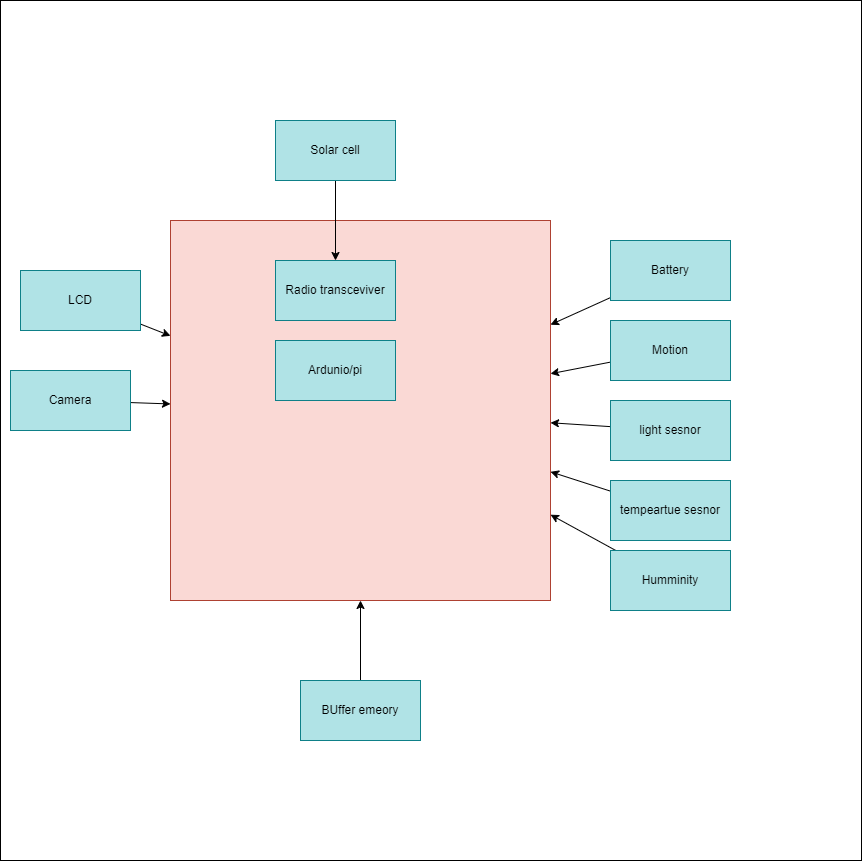
mistaherd/meshnet-in-forest-docs keeps this draw.io diagram as Images/block_diagram_for_mesh_device.png. Above is the earlier version. Source tidied: cells renumbered, new cells last; positions are measured from the earlier drawing's top-left corner, leaving out a move shared by most shapes. The source it was exported from:
```xml
<mxGraphModel>
  <root>
    <mxCell id="0" />
    <mxCell id="1" parent="0" />
    <mxCell id="2" style="whiteSpace=wrap;html=1;" parent="1" vertex="1">
      <mxGeometry width="861" height="860" as="geometry" />
    </mxCell>
    <mxCell id="3" style="whiteSpace=wrap;html=1;fillColor=#fad9d5;strokeColor=#ae4132;" parent="1" vertex="1">
      <mxGeometry x="170" y="220" width="380" height="380" as="geometry" />
    </mxCell>
    <mxCell id="4" value="Ardunio/pi" style="rounded=0;whiteSpace=wrap;html=1;fillColor=#b0e3e6;strokeColor=#0e8088;" parent="1" vertex="1">
      <mxGeometry x="275" y="340" width="120" height="60" as="geometry" />
    </mxCell>
    <mxCell id="5" value="Radio transceviver&lt;span style=&quot;color: rgba(0, 0, 0, 0); font-family: monospace; font-size: 0px; text-align: start;&quot;&gt;%3CmxGraphModel%3E%3Croot%3E%3CmxCell%20id%3D%220%22%2F%3E%3CmxCell%20id%3D%221%22%20parent%3D%220%22%2F%3E%3CmxCell%20id%3D%222%22%20value%3D%22Ardunio%2Fpi%22%20style%3D%22rounded%3D0%3BwhiteSpace%3Dwrap%3Bhtml%3D1%3BfillColor%3D%23b0e3e6%3BstrokeColor%3D%230e8088%3B%22%20vertex%3D%221%22%20parent%3D%221%22%3E%3CmxGeometry%20x%3D%22325%22%20y%3D%22230%22%20width%3D%22120%22%20height%3D%2260%22%20as%3D%22geometry%22%2F%3E%3C%2FmxCell%3E%3C%2Froot%3E%3C%2FmxGraphModel%3E&lt;/span&gt;" style="rounded=0;whiteSpace=wrap;html=1;fillColor=#b0e3e6;strokeColor=#0e8088;" parent="1" vertex="1">
      <mxGeometry x="275" y="260" width="120" height="60" as="geometry" />
    </mxCell>
    <mxCell id="6" style="edgeStyle=none;html=1;" parent="1" edge="1" source="7" target="5">
      <mxGeometry relative="1" as="geometry" />
    </mxCell>
    <mxCell id="7" value="Solar cell" style="rounded=0;whiteSpace=wrap;html=1;fillColor=#b0e3e6;strokeColor=#0e8088;" parent="1" vertex="1">
      <mxGeometry x="275" y="120" width="120" height="60" as="geometry" />
    </mxCell>
    <mxCell id="8" style="edgeStyle=none;html=1;" parent="1" edge="1" source="9" target="3">
      <mxGeometry relative="1" as="geometry" />
    </mxCell>
    <mxCell id="9" value="Battery&lt;span style=&quot;color: rgba(0, 0, 0, 0); font-family: monospace; font-size: 0px; text-align: start;&quot;&gt;%3CmxGraphModel%3E%3Croot%3E%3CmxCell%20id%3D%220%22%2F%3E%3CmxCell%20id%3D%221%22%20parent%3D%220%22%2F%3E%3CmxCell%20id%3D%222%22%20value%3D%22Solar%20cell%22%20style%3D%22rounded%3D0%3BwhiteSpace%3Dwrap%3Bhtml%3D1%3BfillColor%3D%23b0e3e6%3BstrokeColor%3D%230e8088%3B%22%20vertex%3D%221%22%20parent%3D%221%22%3E%3CmxGeometry%20x%3D%22325%22%20y%3D%2210%22%20width%3D%22120%22%20height%3D%2260%22%20as%3D%22geometry%22%2F%3E%3C%2FmxCell%3E%3C%2Froot%3E%3C%2FmxGraphModel%3E&lt;/span&gt;" style="rounded=0;whiteSpace=wrap;html=1;fillColor=#b0e3e6;strokeColor=#0e8088;" parent="1" vertex="1">
      <mxGeometry x="610" y="240" width="120" height="60" as="geometry" />
    </mxCell>
    <mxCell id="10" style="edgeStyle=none;html=1;" parent="1" edge="1" source="11" target="3">
      <mxGeometry relative="1" as="geometry" />
    </mxCell>
    <mxCell id="11" value="Motion" style="rounded=0;whiteSpace=wrap;html=1;fillColor=#b0e3e6;strokeColor=#0e8088;" parent="1" vertex="1">
      <mxGeometry x="610" y="320" width="120" height="60" as="geometry" />
    </mxCell>
    <mxCell id="12" style="edgeStyle=none;html=1;" parent="1" edge="1" source="13" target="3">
      <mxGeometry relative="1" as="geometry" />
    </mxCell>
    <mxCell id="13" value="light sesnor" style="rounded=0;whiteSpace=wrap;html=1;fillColor=#b0e3e6;strokeColor=#0e8088;" parent="1" vertex="1">
      <mxGeometry x="610" y="400" width="120" height="60" as="geometry" />
    </mxCell>
    <mxCell id="14" style="edgeStyle=none;html=1;" parent="1" edge="1" source="15" target="3">
      <mxGeometry relative="1" as="geometry" />
    </mxCell>
    <mxCell id="15" value="tempeartue sesnor" style="rounded=0;whiteSpace=wrap;html=1;fillColor=#b0e3e6;strokeColor=#0e8088;" parent="1" vertex="1">
      <mxGeometry x="610" y="480" width="120" height="60" as="geometry" />
    </mxCell>
    <mxCell id="16" style="edgeStyle=none;html=1;" parent="1" edge="1" source="17" target="3">
      <mxGeometry relative="1" as="geometry" />
    </mxCell>
    <mxCell id="17" value="Humminity" style="rounded=0;whiteSpace=wrap;html=1;fillColor=#b0e3e6;strokeColor=#0e8088;" parent="1" vertex="1">
      <mxGeometry x="610" y="550" width="120" height="60" as="geometry" />
    </mxCell>
    <mxCell id="18" style="edgeStyle=none;html=1;" parent="1" edge="1" source="19" target="3">
      <mxGeometry relative="1" as="geometry" />
    </mxCell>
    <mxCell id="19" value="BUffer emeory" style="rounded=0;whiteSpace=wrap;html=1;fillColor=#b0e3e6;strokeColor=#0e8088;" parent="1" vertex="1">
      <mxGeometry x="300" y="680" width="120" height="60" as="geometry" />
    </mxCell>
    <mxCell id="20" style="edgeStyle=none;html=1;" parent="1" edge="1" source="21" target="3">
      <mxGeometry relative="1" as="geometry" />
    </mxCell>
    <mxCell id="21" value="Camera&lt;span style=&quot;color: rgba(0, 0, 0, 0); font-family: monospace; font-size: 0px; text-align: start;&quot;&gt;%3CmxGraphModel%3E%3Croot%3E%3CmxCell%20id%3D%220%22%2F%3E%3CmxCell%20id%3D%221%22%20parent%3D%220%22%2F%3E%3CmxCell%20id%3D%222%22%20value%3D%22Battery%26lt%3Bspan%20style%3D%26quot%3Bcolor%3A%20rgba(0%2C%200%2C%200%2C%200)%3B%20font-family%3A%20monospace%3B%20font-size%3A%200px%3B%20text-align%3A%20start%3B%26quot%3B%26gt%3B%253CmxGraphModel%253E%253Croot%253E%253CmxCell%2520id%253D%25220%2522%252F%253E%253CmxCell%2520id%253D%25221%2522%2520parent%253D%25220%2522%252F%253E%253CmxCell%2520id%253D%25222%2522%2520value%253D%2522Solar%2520cell%2522%2520style%253D%2522rounded%253D0%253BwhiteSpace%253Dwrap%253Bhtml%253D1%253BfillColor%253D%2523b0e3e6%253BstrokeColor%253D%25230e8088%253B%2522%2520vertex%253D%25221%2522%2520parent%253D%25221%2522%253E%253CmxGeometry%2520x%253D%2522325%2522%2520y%253D%252210%2522%2520width%253D%2522120%2522%2520height%253D%252260%2522%2520as%253D%2522geometry%2522%252F%253E%253C%252FmxCell%253E%253C%252Froot%253E%253C%252FmxGraphModel%253E%26lt%3B%2Fspan%26gt%3B%22%20style%3D%22rounded%3D0%3BwhiteSpace%3Dwrap%3Bhtml%3D1%3BfillColor%3D%23b0e3e6%3BstrokeColor%3D%230e8088%3B%22%20vertex%3D%221%22%20parent%3D%221%22%3E%3CmxGeometry%20x%3D%22350%22%20y%3D%22570%22%20width%3D%22120%22%20height%3D%2260%22%20as%3D%22geometry%22%2F%3E%3C%2FmxCell%3E%3C%2Froot%3E%3C%2FmxGraphModel%3E&lt;/span&gt;" style="rounded=0;whiteSpace=wrap;html=1;fillColor=#b0e3e6;strokeColor=#0e8088;" parent="1" vertex="1">
      <mxGeometry x="10" y="370" width="120" height="60" as="geometry" />
    </mxCell>
    <mxCell id="22" style="edgeStyle=none;html=1;" parent="1" edge="1" source="23" target="3">
      <mxGeometry relative="1" as="geometry" />
    </mxCell>
    <mxCell id="23" value="LCD" style="rounded=0;whiteSpace=wrap;html=1;fillColor=#b0e3e6;strokeColor=#0e8088;" parent="1" vertex="1">
      <mxGeometry x="20" y="270" width="120" height="60" as="geometry" />
    </mxCell>
  </root>
</mxGraphModel>
```
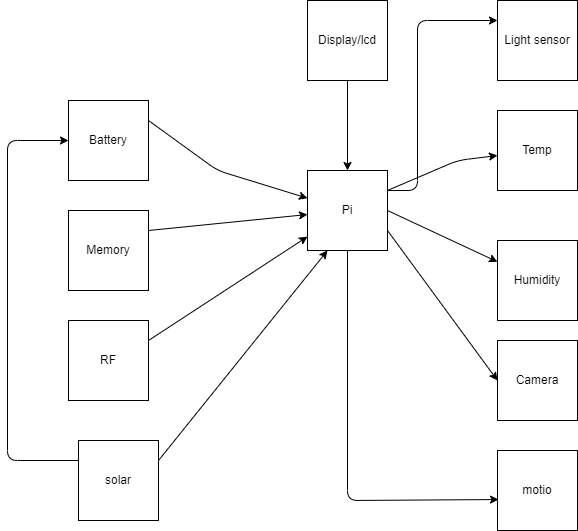
The same diagram one commit later.

Change to the diagram source:
```diff
@@ -2,71 +2,93 @@
   <root>
     <mxCell id="0" />
     <mxCell id="1" parent="0" />
-    <mxCell id="2" style="whiteSpace=wrap;html=1;" parent="1" vertex="1">
-      <mxGeometry width="861" height="860" as="geometry" />
-    </mxCell>
-    <mxCell id="3" style="whiteSpace=wrap;html=1;fillColor=#fad9d5;strokeColor=#ae4132;" parent="1" vertex="1">
-      <mxGeometry x="170" y="220" width="380" height="380" as="geometry" />
-    </mxCell>
-    <mxCell id="4" value="Ardunio/pi" style="rounded=0;whiteSpace=wrap;html=1;fillColor=#b0e3e6;strokeColor=#0e8088;" parent="1" vertex="1">
-      <mxGeometry x="275" y="340" width="120" height="60" as="geometry" />
-    </mxCell>
-    <mxCell id="5" value="Radio transceviver&lt;span style=&quot;color: rgba(0, 0, 0, 0); font-family: monospace; font-size: 0px; text-align: start;&quot;&gt;%3CmxGraphModel%3E%3Croot%3E%3CmxCell%20id%3D%220%22%2F%3E%3CmxCell%20id%3D%221%22%20parent%3D%220%22%2F%3E%3CmxCell%20id%3D%222%22%20value%3D%22Ardunio%2Fpi%22%20style%3D%22rounded%3D0%3BwhiteSpace%3Dwrap%3Bhtml%3D1%3BfillColor%3D%23b0e3e6%3BstrokeColor%3D%230e8088%3B%22%20vertex%3D%221%22%20parent%3D%221%22%3E%3CmxGeometry%20x%3D%22325%22%20y%3D%22230%22%20width%3D%22120%22%20height%3D%2260%22%20as%3D%22geometry%22%2F%3E%3C%2FmxCell%3E%3C%2Froot%3E%3C%2FmxGraphModel%3E&lt;/span&gt;" style="rounded=0;whiteSpace=wrap;html=1;fillColor=#b0e3e6;strokeColor=#0e8088;" parent="1" vertex="1">
-      <mxGeometry x="275" y="260" width="120" height="60" as="geometry" />
-    </mxCell>
-    <mxCell id="6" style="edgeStyle=none;html=1;" parent="1" edge="1" source="7" target="5">
-      <mxGeometry relative="1" as="geometry" />
-    </mxCell>
-    <mxCell id="7" value="Solar cell" style="rounded=0;whiteSpace=wrap;html=1;fillColor=#b0e3e6;strokeColor=#0e8088;" parent="1" vertex="1">
-      <mxGeometry x="275" y="120" width="120" height="60" as="geometry" />
-    </mxCell>
-    <mxCell id="8" style="edgeStyle=none;html=1;" parent="1" edge="1" source="9" target="3">
-      <mxGeometry relative="1" as="geometry" />
-    </mxCell>
-    <mxCell id="9" value="Battery&lt;span style=&quot;color: rgba(0, 0, 0, 0); font-family: monospace; font-size: 0px; text-align: start;&quot;&gt;%3CmxGraphModel%3E%3Croot%3E%3CmxCell%20id%3D%220%22%2F%3E%3CmxCell%20id%3D%221%22%20parent%3D%220%22%2F%3E%3CmxCell%20id%3D%222%22%20value%3D%22Solar%20cell%22%20style%3D%22rounded%3D0%3BwhiteSpace%3Dwrap%3Bhtml%3D1%3BfillColor%3D%23b0e3e6%3BstrokeColor%3D%230e8088%3B%22%20vertex%3D%221%22%20parent%3D%221%22%3E%3CmxGeometry%20x%3D%22325%22%20y%3D%2210%22%20width%3D%22120%22%20height%3D%2260%22%20as%3D%22geometry%22%2F%3E%3C%2FmxCell%3E%3C%2Froot%3E%3C%2FmxGraphModel%3E&lt;/span&gt;" style="rounded=0;whiteSpace=wrap;html=1;fillColor=#b0e3e6;strokeColor=#0e8088;" parent="1" vertex="1">
-      <mxGeometry x="610" y="240" width="120" height="60" as="geometry" />
-    </mxCell>
-    <mxCell id="10" style="edgeStyle=none;html=1;" parent="1" edge="1" source="11" target="3">
-      <mxGeometry relative="1" as="geometry" />
-    </mxCell>
-    <mxCell id="11" value="Motion" style="rounded=0;whiteSpace=wrap;html=1;fillColor=#b0e3e6;strokeColor=#0e8088;" parent="1" vertex="1">
-      <mxGeometry x="610" y="320" width="120" height="60" as="geometry" />
-    </mxCell>
-    <mxCell id="12" style="edgeStyle=none;html=1;" parent="1" edge="1" source="13" target="3">
-      <mxGeometry relative="1" as="geometry" />
-    </mxCell>
-    <mxCell id="13" value="light sesnor" style="rounded=0;whiteSpace=wrap;html=1;fillColor=#b0e3e6;strokeColor=#0e8088;" parent="1" vertex="1">
-      <mxGeometry x="610" y="400" width="120" height="60" as="geometry" />
-    </mxCell>
-    <mxCell id="14" style="edgeStyle=none;html=1;" parent="1" edge="1" source="15" target="3">
-      <mxGeometry relative="1" as="geometry" />
-    </mxCell>
-    <mxCell id="15" value="tempeartue sesnor" style="rounded=0;whiteSpace=wrap;html=1;fillColor=#b0e3e6;strokeColor=#0e8088;" parent="1" vertex="1">
-      <mxGeometry x="610" y="480" width="120" height="60" as="geometry" />
-    </mxCell>
-    <mxCell id="16" style="edgeStyle=none;html=1;" parent="1" edge="1" source="17" target="3">
-      <mxGeometry relative="1" as="geometry" />
-    </mxCell>
-    <mxCell id="17" value="Humminity" style="rounded=0;whiteSpace=wrap;html=1;fillColor=#b0e3e6;strokeColor=#0e8088;" parent="1" vertex="1">
-      <mxGeometry x="610" y="550" width="120" height="60" as="geometry" />
-    </mxCell>
-    <mxCell id="18" style="edgeStyle=none;html=1;" parent="1" edge="1" source="19" target="3">
-      <mxGeometry relative="1" as="geometry" />
-    </mxCell>
-    <mxCell id="19" value="BUffer emeory" style="rounded=0;whiteSpace=wrap;html=1;fillColor=#b0e3e6;strokeColor=#0e8088;" parent="1" vertex="1">
-      <mxGeometry x="300" y="680" width="120" height="60" as="geometry" />
-    </mxCell>
-    <mxCell id="20" style="edgeStyle=none;html=1;" parent="1" edge="1" source="21" target="3">
-      <mxGeometry relative="1" as="geometry" />
-    </mxCell>
-    <mxCell id="21" value="Camera&lt;span style=&quot;color: rgba(0, 0, 0, 0); font-family: monospace; font-size: 0px; text-align: start;&quot;&gt;%3CmxGraphModel%3E%3Croot%3E%3CmxCell%20id%3D%220%22%2F%3E%3CmxCell%20id%3D%221%22%20parent%3D%220%22%2F%3E%3CmxCell%20id%3D%222%22%20value%3D%22Battery%26lt%3Bspan%20style%3D%26quot%3Bcolor%3A%20rgba(0%2C%200%2C%200%2C%200)%3B%20font-family%3A%20monospace%3B%20font-size%3A%200px%3B%20text-align%3A%20start%3B%26quot%3B%26gt%3B%253CmxGraphModel%253E%253Croot%253E%253CmxCell%2520id%253D%25220%2522%252F%253E%253CmxCell%2520id%253D%25221%2522%2520parent%253D%25220%2522%252F%253E%253CmxCell%2520id%253D%25222%2522%2520value%253D%2522Solar%2520cell%2522%2520style%253D%2522rounded%253D0%253BwhiteSpace%253Dwrap%253Bhtml%253D1%253BfillColor%253D%2523b0e3e6%253BstrokeColor%253D%25230e8088%253B%2522%2520vertex%253D%25221%2522%2520parent%253D%25221%2522%253E%253CmxGeometry%2520x%253D%2522325%2522%2520y%253D%252210%2522%2520width%253D%2522120%2522%2520height%253D%252260%2522%2520as%253D%2522geometry%2522%252F%253E%253C%252FmxCell%253E%253C%252Froot%253E%253C%252FmxGraphModel%253E%26lt%3B%2Fspan%26gt%3B%22%20style%3D%22rounded%3D0%3BwhiteSpace%3Dwrap%3Bhtml%3D1%3BfillColor%3D%23b0e3e6%3BstrokeColor%3D%230e8088%3B%22%20vertex%3D%221%22%20parent%3D%221%22%3E%3CmxGeometry%20x%3D%22350%22%20y%3D%22570%22%20width%3D%22120%22%20height%3D%2260%22%20as%3D%22geometry%22%2F%3E%3C%2FmxCell%3E%3C%2Froot%3E%3C%2FmxGraphModel%3E&lt;/span&gt;" style="rounded=0;whiteSpace=wrap;html=1;fillColor=#b0e3e6;strokeColor=#0e8088;" parent="1" vertex="1">
-      <mxGeometry x="10" y="370" width="120" height="60" as="geometry" />
-    </mxCell>
-    <mxCell id="22" style="edgeStyle=none;html=1;" parent="1" edge="1" source="23" target="3">
-      <mxGeometry relative="1" as="geometry" />
-    </mxCell>
-    <mxCell id="23" value="LCD" style="rounded=0;whiteSpace=wrap;html=1;fillColor=#b0e3e6;strokeColor=#0e8088;" parent="1" vertex="1">
-      <mxGeometry x="20" y="270" width="120" height="60" as="geometry" />
-    </mxCell>
+    <mxCell id="24" style="edgeStyle=none;html=1;exitX=1;exitY=0.25;exitDx=0;exitDy=0;entryX=0;entryY=0.25;entryDx=0;entryDy=0;" parent="1" edge="1" source="29" target="32">
+      <mxGeometry relative="1" as="geometry">
+        <Array as="points">
+          <mxPoint x="400" y="430" />
+          <mxPoint x="400" y="260" />
+        </Array>
+      </mxGeometry>
+    </mxCell>
+    <mxCell id="25" style="edgeStyle=none;html=1;exitX=1;exitY=0.25;exitDx=0;exitDy=0;" parent="1" edge="1" source="29" target="33">
+      <mxGeometry relative="1" as="geometry">
+        <Array as="points">
+          <mxPoint x="440" y="400" />
+        </Array>
+      </mxGeometry>
+    </mxCell>
+    <mxCell id="26" style="edgeStyle=none;html=1;exitX=1;exitY=0.5;exitDx=0;exitDy=0;" parent="1" edge="1" source="29" target="34">
+      <mxGeometry relative="1" as="geometry" />
+    </mxCell>
+    <mxCell id="27" style="edgeStyle=none;html=1;exitX=1;exitY=0.75;exitDx=0;exitDy=0;entryX=0;entryY=0.5;entryDx=0;entryDy=0;" parent="1" edge="1" source="29" target="35">
+      <mxGeometry relative="1" as="geometry" />
+    </mxCell>
+    <mxCell id="28" style="edgeStyle=none;html=1;exitX=0.5;exitY=1;exitDx=0;exitDy=0;entryX=0.013;entryY=0.613;entryDx=0;entryDy=0;entryPerimeter=0;" parent="1" edge="1" source="29" target="36">
+      <mxGeometry relative="1" as="geometry">
+        <Array as="points">
+          <mxPoint x="330" y="740" />
+        </Array>
+      </mxGeometry>
+    </mxCell>
+    <mxCell id="29" value="Pi" style="whiteSpace=wrap;html=1;" parent="1" vertex="1">
+      <mxGeometry x="290" y="410" width="80" height="80" as="geometry" />
+    </mxCell>
+    <mxCell id="30" style="edgeStyle=none;html=1;" parent="1" edge="1" source="31" target="29">
+      <mxGeometry relative="1" as="geometry" />
+    </mxCell>
+    <mxCell id="31" value="Display/lcd" style="whiteSpace=wrap;html=1;" parent="1" vertex="1">
+      <mxGeometry x="290" y="240" width="80" height="80" as="geometry" />
+    </mxCell>
+    <mxCell id="32" value="Light sensor" style="whiteSpace=wrap;html=1;" parent="1" vertex="1">
+      <mxGeometry x="480" y="240" width="80" height="80" as="geometry" />
+    </mxCell>
+    <mxCell id="33" value="Temp" style="whiteSpace=wrap;html=1;" parent="1" vertex="1">
+      <mxGeometry x="480" y="350" width="80" height="80" as="geometry" />
+    </mxCell>
+    <mxCell id="34" value="Humidity" style="whiteSpace=wrap;html=1;" parent="1" vertex="1">
+      <mxGeometry x="480" y="480" width="80" height="80" as="geometry" />
+    </mxCell>
+    <mxCell id="35" value="Camera" style="whiteSpace=wrap;html=1;" parent="1" vertex="1">
+      <mxGeometry x="480" y="580" width="80" height="80" as="geometry" />
+    </mxCell>
+    <mxCell id="36" value="motio" style="whiteSpace=wrap;html=1;" parent="1" vertex="1">
+      <mxGeometry x="480" y="690" width="80" height="80" as="geometry" />
+    </mxCell>
+    <mxCell id="37" style="edgeStyle=none;html=1;exitX=1;exitY=0.25;exitDx=0;exitDy=0;" parent="1" edge="1" source="38" target="29">
+      <mxGeometry relative="1" as="geometry">
+        <Array as="points">
+          <mxPoint x="200" y="410" />
+        </Array>
+      </mxGeometry>
+    </mxCell>
+    <mxCell id="38" value="Battery" style="whiteSpace=wrap;html=1;" parent="1" vertex="1">
+      <mxGeometry x="51" y="340" width="80" height="80" as="geometry" />
+    </mxCell>
+    <mxCell id="39" style="edgeStyle=none;html=1;exitX=1;exitY=0.25;exitDx=0;exitDy=0;" parent="1" edge="1" source="40" target="29">
+      <mxGeometry relative="1" as="geometry" />
+    </mxCell>
+    <mxCell id="40" value="Memory" style="whiteSpace=wrap;html=1;" parent="1" vertex="1">
+      <mxGeometry x="51" y="450" width="80" height="80" as="geometry" />
+    </mxCell>
+    <mxCell id="41" style="edgeStyle=none;html=1;exitX=1;exitY=0.25;exitDx=0;exitDy=0;" parent="1" edge="1" source="42" target="29">
+      <mxGeometry relative="1" as="geometry" />
+    </mxCell>
+    <mxCell id="42" value="RF&lt;span style=&quot;color: rgba(0, 0, 0, 0); font-family: monospace; font-size: 0px; text-align: start;&quot;&gt;%3CmxGraphModel%3E%3Croot%3E%3CmxCell%20id%3D%220%22%2F%3E%3CmxCell%20id%3D%221%22%20parent%3D%220%22%2F%3E%3CmxCell%20id%3D%222%22%20value%3D%22Memory%22%20style%3D%22whiteSpace%3Dwrap%3Bhtml%3D1%3Baspect%3Dfixed%3B%22%20vertex%3D%221%22%20parent%3D%221%22%3E%3CmxGeometry%20x%3D%22101%22%20y%3D%22340%22%20width%3D%2280%22%20height%3D%2280%22%20as%3D%22geometry%22%2F%3E%3C%2FmxCell%3E%3C%2Froot%3E%3C%2FmxGraphModel%3E&lt;/span&gt;" style="whiteSpace=wrap;html=1;" parent="1" vertex="1">
+      <mxGeometry x="51" y="560" width="80" height="80" as="geometry" />
+    </mxCell>
+    <mxCell id="43" style="edgeStyle=none;html=1;exitX=1;exitY=0.25;exitDx=0;exitDy=0;entryX=0.25;entryY=1;entryDx=0;entryDy=0;" parent="1" edge="1" source="45" target="29">
+      <mxGeometry relative="1" as="geometry" />
+    </mxCell>
+    <mxCell id="44" style="edgeStyle=none;html=1;exitX=0;exitY=0.25;exitDx=0;exitDy=0;entryX=0;entryY=0.5;entryDx=0;entryDy=0;" parent="1" edge="1" source="45" target="38">
+      <mxGeometry relative="1" as="geometry">
+        <Array as="points">
+          <mxPoint x="-10" y="700" />
+          <mxPoint x="-10" y="380" />
+        </Array>
+      </mxGeometry>
+    </mxCell>
+    <mxCell id="45" value="solar" style="whiteSpace=wrap;html=1;" parent="1" vertex="1">
+      <mxGeometry x="61" y="680" width="80" height="80" as="geometry" />
+    </mxCell>
   </root>
 </mxGraphModel>
```
